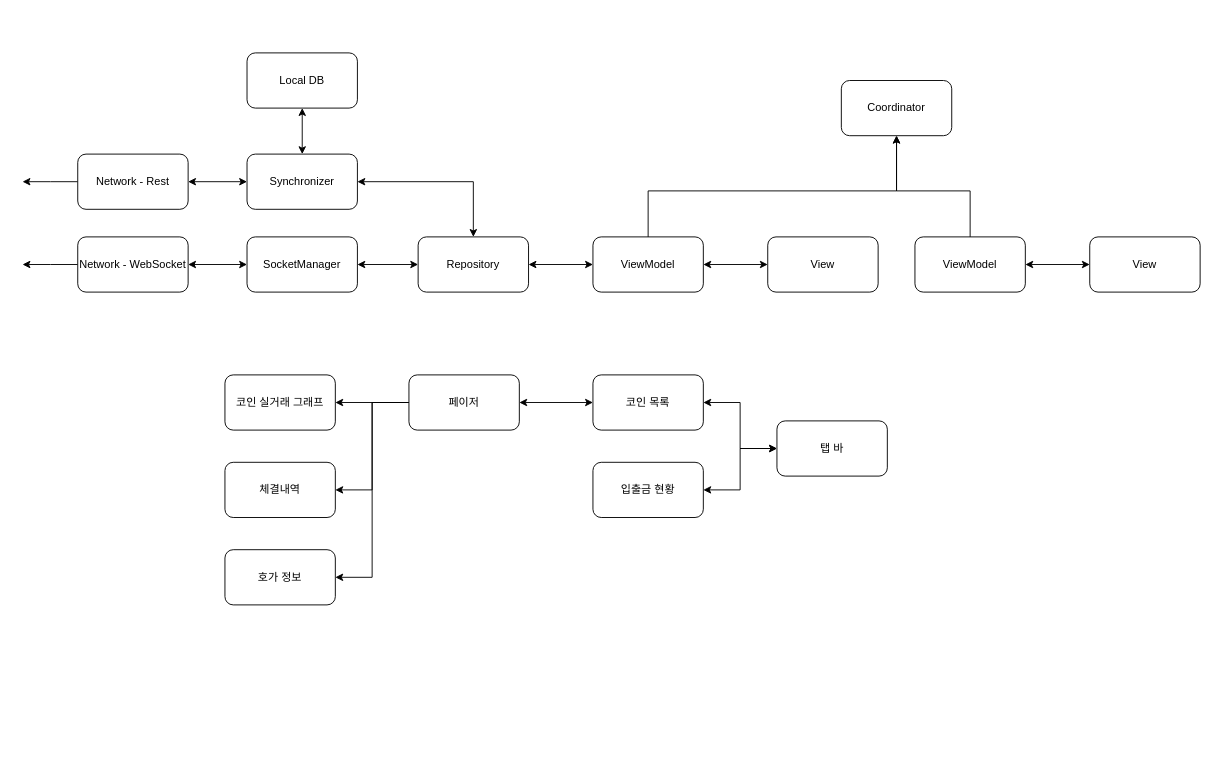
Earlier version of the draw.io diagram Diagram.drawio (jwonyLee/Bithumb-CoinTradeApp). Source tidied: cells renumbered, new cells numbered last; positions are measured from the earlier drawing's top-left corner, leaving out a move shared by most shapes. Both pictures are drawn from the tidied source at 92%, with x=0, y=0 at pixel (22, 52).
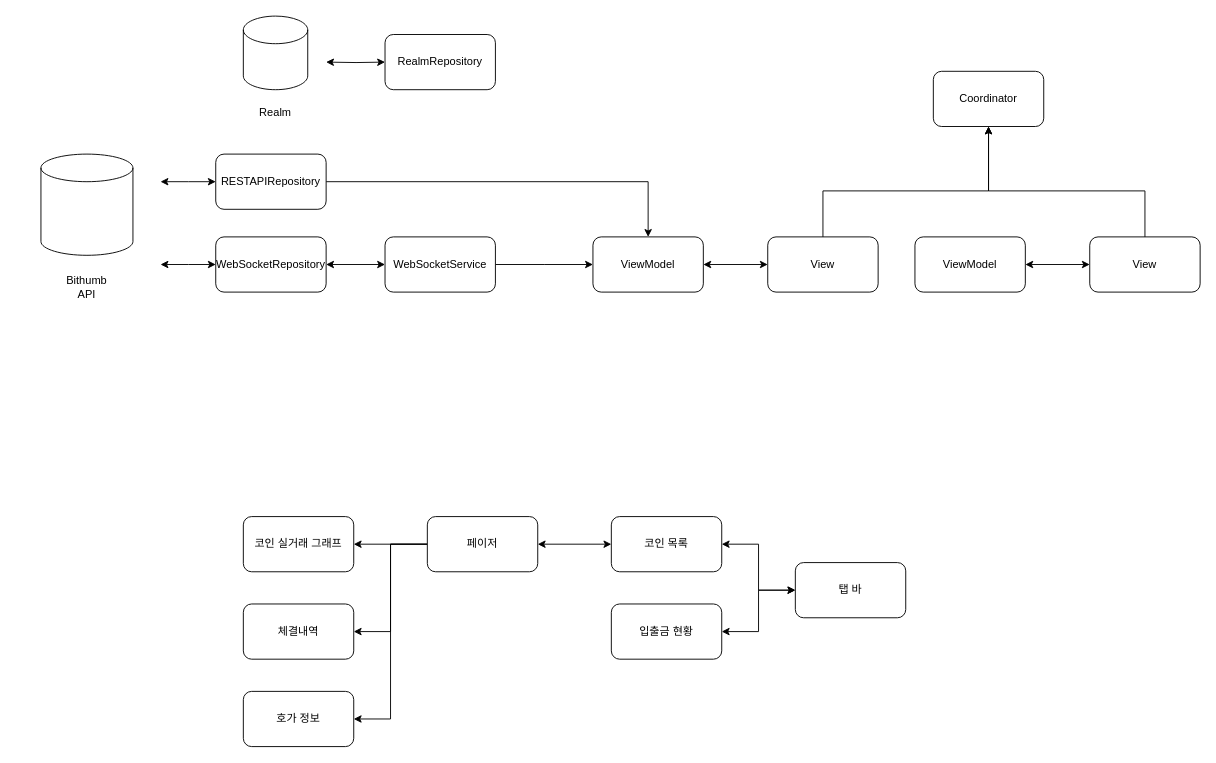
Above is the later version.

The change refers to these unchanged cells:
```xml
<mxCell id="18" value="ViewModel" style="rounded=1;whiteSpace=wrap;html=1;" parent="1" vertex="1">
  <mxGeometry x="620" y="200" width="120" height="60" as="geometry" />
</mxCell>
<mxCell id="19" value="View" style="rounded=1;whiteSpace=wrap;html=1;" parent="1" vertex="1">
  <mxGeometry x="810" y="200" width="120" height="60" as="geometry" />
</mxCell>
<mxCell id="36" value="ViewModel" style="rounded=1;whiteSpace=wrap;html=1;" parent="1" vertex="1">
  <mxGeometry x="970" y="200" width="120" height="60" as="geometry" />
</mxCell>
<mxCell id="37" value="View" style="rounded=1;whiteSpace=wrap;html=1;" parent="1" vertex="1">
  <mxGeometry x="1160" y="200" width="120" height="60" as="geometry" />
</mxCell>
```

The edit, as a diff of the source:
```diff
@@
-    <mxCell id="2" style="edgeStyle=orthogonalEdgeStyle;rounded=0;jettySize=auto;html=1;exitX=1;exitY=0.5;exitDx=0;exitDy=0;entryX=0;entryY=0.5;entryDx=0;entryDy=0;startArrow=classic;startFill=1;" parent="1" edge="1" source="4" target="8">
-      <mxGeometry relative="1" as="geometry" />
-    </mxCell>
-    <mxCell id="3" style="edgeStyle=orthogonalEdgeStyle;rounded=0;jettySize=auto;html=1;exitX=0;exitY=0.5;exitDx=0;exitDy=0;startArrow=none;startFill=0;" parent="1" edge="1" source="4">
+    <mxCell id="3" style="edgeStyle=orthogonalEdgeStyle;rounded=0;jettySize=auto;html=1;exitX=0;exitY=0.5;exitDx=0;exitDy=0;startArrow=classic;startFill=1;" parent="1" edge="1" source="4">
       <mxGeometry relative="1" as="geometry">
-        <mxPoint y="140" as="targetPoint" />
+        <mxPoint x="150" y="140" as="targetPoint" />
       </mxGeometry>
     </mxCell>
+    <mxCell id="38" style="edgeStyle=orthogonalEdgeStyle;rounded=0;jettySize=auto;html=1;entryX=0.5;entryY=0;entryDx=0;entryDy=0;" parent="1" edge="1" source="4" target="18">
+      <mxGeometry relative="1" as="geometry">
+        <Array as="points">
+          <mxPoint x="680" y="140" />
+        </Array>
+      </mxGeometry>
+    </mxCell>
-    <mxCell id="4" value="Network - Rest" style="rounded=1;whiteSpace=wrap;html=1;" parent="1" vertex="1">
-      <mxGeometry x="60" y="110" width="120" height="60" as="geometry" />
+    <mxCell id="4" value="RESTAPIRepository" style="rounded=1;whiteSpace=wrap;html=1;" parent="1" vertex="1">
+      <mxGeometry x="210" y="110" width="120" height="60" as="geometry" />
     </mxCell>
-    <mxCell id="5" style="edgeStyle=orthogonalEdgeStyle;rounded=0;jettySize=auto;html=1;exitX=0;exitY=0.5;exitDx=0;exitDy=0;startArrow=none;startFill=0;endArrow=classic;endFill=1;" parent="1" edge="1" source="6">
+    <mxCell id="5" style="edgeStyle=orthogonalEdgeStyle;rounded=0;jettySize=auto;html=1;exitX=0;exitY=0.5;exitDx=0;exitDy=0;startArrow=classic;startFill=1;endArrow=classic;endFill=1;" parent="1" edge="1" source="6">
       <mxGeometry relative="1" as="geometry">
-        <mxPoint y="230" as="targetPoint" />
+        <mxPoint x="150" y="230" as="targetPoint" />
       </mxGeometry>
     </mxCell>
-    <mxCell id="6" value="Network - WebSocket" style="rounded=1;whiteSpace=wrap;html=1;" parent="1" vertex="1">
-      <mxGeometry x="60" y="200" width="120" height="60" as="geometry" />
+    <mxCell id="6" value="WebSocketRepository" style="rounded=1;whiteSpace=wrap;html=1;" parent="1" vertex="1">
+      <mxGeometry x="210" y="200" width="120" height="60" as="geometry" />
     </mxCell>
-    <mxCell id="7" style="edgeStyle=orthogonalEdgeStyle;rounded=0;jettySize=auto;html=1;exitX=1;exitY=0.5;exitDx=0;exitDy=0;entryX=0.5;entryY=0;entryDx=0;entryDy=0;startArrow=classic;startFill=1;endArrow=classic;endFill=1;" parent="1" edge="1" source="8" target="14">
-      <mxGeometry relative="1" as="geometry" />
-    </mxCell>
-    <mxCell id="8" value="Synchronizer" style="rounded=1;whiteSpace=wrap;html=1;" parent="1" vertex="1">
-      <mxGeometry x="244" y="110" width="120" height="60" as="geometry" />
+    <mxCell id="8" value="RealmRepository" style="rounded=1;whiteSpace=wrap;html=1;" parent="1" vertex="1">
+      <mxGeometry x="394" y="-20" width="120" height="60" as="geometry" />
     </mxCell>
-    <mxCell id="9" style="edgeStyle=orthogonalEdgeStyle;rounded=0;jettySize=auto;html=1;exitX=0.5;exitY=1;exitDx=0;exitDy=0;entryX=0.5;entryY=0;entryDx=0;entryDy=0;startArrow=classic;startFill=1;" parent="1" edge="1" source="10" target="8">
-      <mxGeometry relative="1" as="geometry" />
-    </mxCell>
-    <mxCell id="10" value="Local DB" style="rounded=1;whiteSpace=wrap;html=1;" parent="1" vertex="1">
-      <mxGeometry x="244" width="120" height="60" as="geometry" />
-    </mxCell>
+    <mxCell id="39" style="edgeStyle=orthogonalEdgeStyle;rounded=0;jettySize=auto;html=1;exitX=1;exitY=0.5;exitDx=0;exitDy=0;entryX=0;entryY=0.5;entryDx=0;entryDy=0;startArrow=classic;startFill=1;" parent="1" edge="1" target="8">
+      <mxGeometry relative="1" as="geometry">
+        <mxPoint x="330" y="10" as="sourcePoint" />
+      </mxGeometry>
+    </mxCell>
@@
+    <mxCell id="40" style="edgeStyle=orthogonalEdgeStyle;rounded=0;jettySize=auto;html=1;" parent="1" edge="1" source="12">
+      <mxGeometry relative="1" as="geometry">
+        <mxPoint x="620" y="230" as="targetPoint" />
+      </mxGeometry>
+    </mxCell>
-    <mxCell id="12" value="SocketManager" style="rounded=1;whiteSpace=wrap;html=1;" parent="1" vertex="1">
-      <mxGeometry x="244" y="200" width="120" height="60" as="geometry" />
+    <mxCell id="12" value="WebSocketService" style="rounded=1;whiteSpace=wrap;html=1;" parent="1" vertex="1">
+      <mxGeometry x="394" y="200" width="120" height="60" as="geometry" />
     </mxCell>
-    <mxCell id="13" style="edgeStyle=orthogonalEdgeStyle;rounded=0;jettySize=auto;html=1;exitX=0;exitY=0.5;exitDx=0;exitDy=0;entryX=1;entryY=0.5;entryDx=0;entryDy=0;startArrow=classic;startFill=1;" parent="1" edge="1" source="14" target="12">
-      <mxGeometry relative="1" as="geometry" />
-    </mxCell>
-    <mxCell id="14" value="Repository" style="rounded=1;whiteSpace=wrap;html=1;" parent="1" vertex="1">
-      <mxGeometry x="430" y="200" width="120" height="60" as="geometry" />
-    </mxCell>
@@
-    <mxCell id="16" style="edgeStyle=orthogonalEdgeStyle;rounded=0;jettySize=auto;html=1;exitX=0;exitY=0.5;exitDx=0;exitDy=0;entryX=1;entryY=0.5;entryDx=0;entryDy=0;startArrow=classic;startFill=1;" parent="1" edge="1" source="18" target="14">
-      <mxGeometry relative="1" as="geometry" />
-    </mxCell>
-    <mxCell id="17" style="edgeStyle=orthogonalEdgeStyle;rounded=0;jettySize=auto;html=1;entryX=0.5;entryY=1;entryDx=0;entryDy=0;startArrow=none;startFill=0;endArrow=classic;endFill=1;" parent="1" edge="1" source="18" target="33">
-      <mxGeometry relative="1" as="geometry">
-        <Array as="points">
-          <mxPoint x="680" y="150" />
-          <mxPoint x="950" y="150" />
-        </Array>
-      </mxGeometry>
-    </mxCell>
@@
+    <mxCell id="41" style="edgeStyle=orthogonalEdgeStyle;rounded=0;jettySize=auto;html=1;entryX=0.5;entryY=1;entryDx=0;entryDy=0;" parent="1" edge="1" source="19" target="33">
+      <mxGeometry relative="1" as="geometry">
+        <Array as="points">
+          <mxPoint x="870" y="150" />
+          <mxPoint x="1050" y="150" />
+        </Array>
+      </mxGeometry>
+    </mxCell>
@@
     <mxCell id="21" value="탭 바" style="rounded=1;whiteSpace=wrap;html=1;" parent="1" vertex="1">
-      <mxGeometry x="820" y="400" width="120" height="60" as="geometry" />
+      <mxGeometry x="840" y="554" width="120" height="60" as="geometry" />
     </mxCell>
@@
     <mxCell id="23" value="코인 목록" style="rounded=1;whiteSpace=wrap;html=1;" parent="1" vertex="1">
-      <mxGeometry x="620" y="350" width="120" height="60" as="geometry" />
+      <mxGeometry x="640" y="504" width="120" height="60" as="geometry" />
     </mxCell>
@@
     <mxCell id="25" value="입출금 현황" style="rounded=1;whiteSpace=wrap;html=1;" parent="1" vertex="1">
-      <mxGeometry x="620" y="445" width="120" height="60" as="geometry" />
+      <mxGeometry x="640" y="599" width="120" height="60" as="geometry" />
     </mxCell>
@@
     <mxCell id="29" value="페이저" style="rounded=1;whiteSpace=wrap;html=1;" parent="1" vertex="1">
-      <mxGeometry x="420" y="350" width="120" height="60" as="geometry" />
+      <mxGeometry x="440" y="504" width="120" height="60" as="geometry" />
     </mxCell>
     <mxCell id="30" value="코인 실거래 그래프" style="rounded=1;whiteSpace=wrap;html=1;" parent="1" vertex="1">
-      <mxGeometry x="220" y="350" width="120" height="60" as="geometry" />
+      <mxGeometry x="240" y="504" width="120" height="60" as="geometry" />
     </mxCell>
     <mxCell id="31" value="체결내역" style="rounded=1;whiteSpace=wrap;html=1;" parent="1" vertex="1">
-      <mxGeometry x="220" y="445" width="120" height="60" as="geometry" />
+      <mxGeometry x="240" y="599" width="120" height="60" as="geometry" />
     </mxCell>
     <mxCell id="32" value="호가 정보" style="rounded=1;whiteSpace=wrap;html=1;" parent="1" vertex="1">
-      <mxGeometry x="220" y="540" width="120" height="60" as="geometry" />
+      <mxGeometry x="240" y="694" width="120" height="60" as="geometry" />
     </mxCell>
     <mxCell id="33" value="Coordinator" style="rounded=1;whiteSpace=wrap;html=1;" parent="1" vertex="1">
-      <mxGeometry x="890" y="30" width="120" height="60" as="geometry" />
+      <mxGeometry x="990" y="20" width="120" height="60" as="geometry" />
     </mxCell>
@@
-    <mxCell id="35" style="edgeStyle=orthogonalEdgeStyle;rounded=0;jettySize=auto;html=1;startArrow=none;startFill=0;endArrow=classic;endFill=1;" parent="1" edge="1" source="36">
-      <mxGeometry relative="1" as="geometry">
-        <mxPoint x="950" y="90" as="targetPoint" />
-        <Array as="points">
-          <mxPoint x="1030" y="150" />
-          <mxPoint x="950" y="150" />
-        </Array>
-      </mxGeometry>
-    </mxCell>
@@
+    <mxCell id="42" style="edgeStyle=orthogonalEdgeStyle;rounded=0;jettySize=auto;html=1;entryX=0.5;entryY=1;entryDx=0;entryDy=0;" parent="1" edge="1" source="37" target="33">
+      <mxGeometry relative="1" as="geometry">
+        <Array as="points">
+          <mxPoint x="1220" y="150" />
+          <mxPoint x="1050" y="150" />
+        </Array>
+      </mxGeometry>
+    </mxCell>
@@
+    <mxCell id="43" style="shape=cylinder3;whiteSpace=wrap;html=1;boundedLbl=1;backgroundOutline=1;size=15;" parent="1" vertex="1">
+      <mxGeometry x="20" y="110" width="100" height="110" as="geometry" />
+    </mxCell>
+    <mxCell id="44" value="Bithumb API" style="text;html=1;strokeColor=none;fillColor=none;align=center;verticalAlign=middle;whiteSpace=wrap;rounded=0;" parent="1" vertex="1">
+      <mxGeometry x="40" y="240" width="60" height="30" as="geometry" />
+    </mxCell>
+    <mxCell id="45" style="shape=cylinder3;whiteSpace=wrap;html=1;boundedLbl=1;backgroundOutline=1;size=15;" parent="1" vertex="1">
+      <mxGeometry x="240" y="-40" width="70" height="80" as="geometry" />
+    </mxCell>
+    <mxCell id="46" value="Realm" style="text;html=1;strokeColor=none;fillColor=none;align=center;verticalAlign=middle;whiteSpace=wrap;rounded=0;" parent="1" vertex="1">
+      <mxGeometry x="245" y="50" width="60" height="30" as="geometry" />
+    </mxCell>
```
